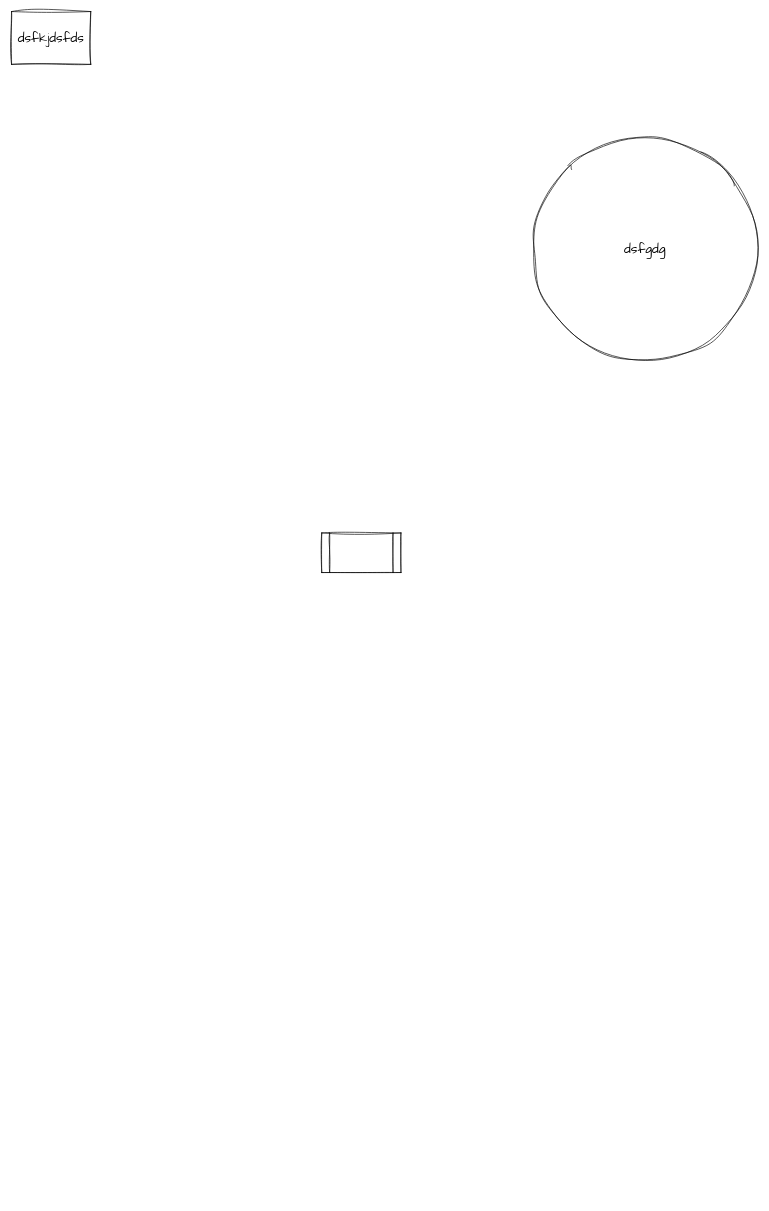
Earlier version of the draw.io diagram uml-diagram.drawio (Ramin-Hashemi/server-config). Source tidied: cells renumbered, new cells numbered last; positions are measured from the earlier drawing's top-left corner, leaving out a move shared by most shapes. Both pictures are drawn from the tidied source at 66%, with x=0, y=0 at pixel (11, 11).
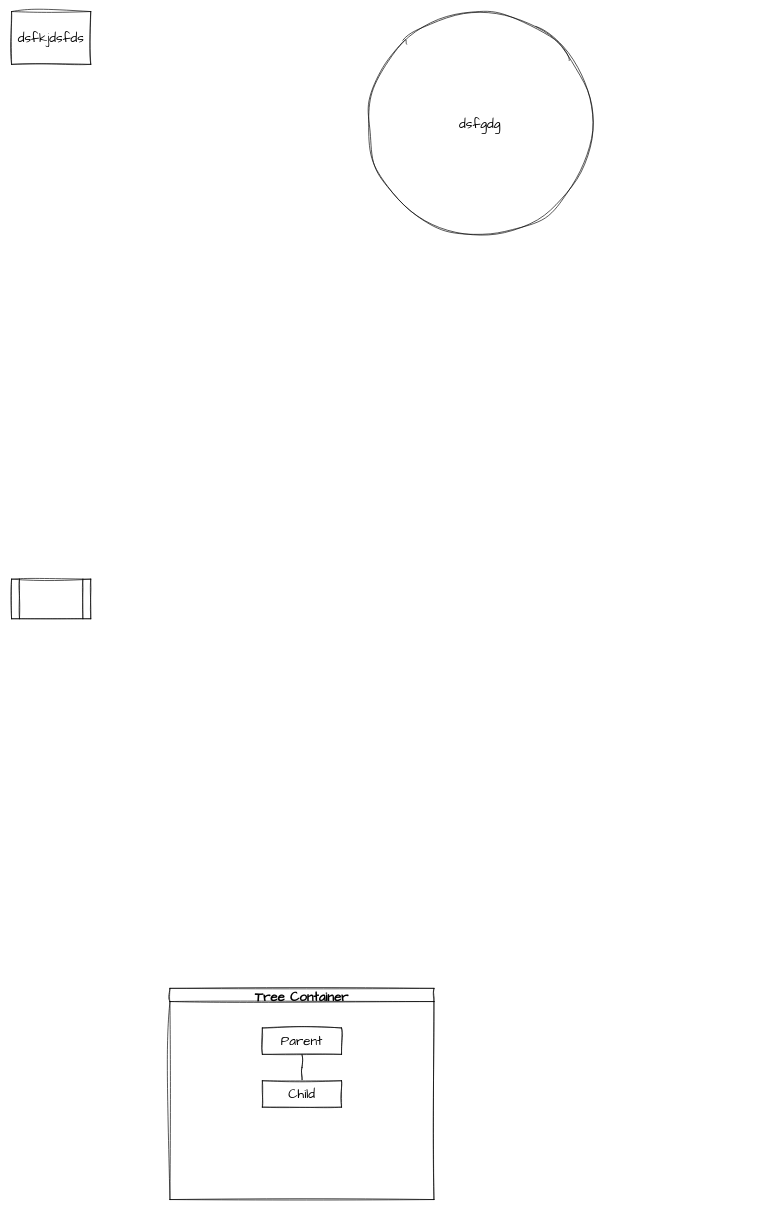
The same page after the edit.

Change to the diagram source:
```diff
@@
 <mxGraphModel>
   <root>
     <mxCell id="0" />
     <mxCell id="1" parent="0" />
     <mxCell id="2" value="dsfkjdsfds" style="rounded=0;whiteSpace=wrap;html=1;hachureGap=4;fontFamily=Architects Daughter;fontSize=20;sketch=1;curveFitting=1;jiggle=2;" parent="1" vertex="1">
       <mxGeometry width="120" height="80" as="geometry" />
     </mxCell>
     <mxCell id="3" value="dsfgdg" style="ellipse;whiteSpace=wrap;html=1;hachureGap=4;fontFamily=Architects Daughter;fontSize=20;sketch=1;curveFitting=1;jiggle=2;" parent="1" vertex="1">
-      <mxGeometry x="790" y="190" width="340" height="340" as="geometry" />
+      <mxGeometry x="540" width="340" height="340" as="geometry" />
     </mxCell>
     <mxCell id="4" style="shape=process;whiteSpace=wrap;html=1;backgroundOutline=1;hachureGap=4;fontFamily=Architects Daughter;fontSize=20;sketch=1;curveFitting=1;jiggle=2;" parent="1" vertex="1">
-      <mxGeometry x="470" y="790" width="120" height="60" as="geometry" />
+      <mxGeometry y="860" width="120" height="60" as="geometry" />
     </mxCell>
+    <mxCell id="5" value="Tree Container" style="swimlane;startSize=20;horizontal=1;containerType=tree;sketch=1;hachureGap=4;jiggle=2;curveFitting=1;fontFamily=Architects Daughter;fontSize=20;" parent="1" vertex="1">
+      <mxGeometry x="240" y="1480" width="400" height="320" as="geometry" />
+    </mxCell>
+    <mxCell id="6" style="edgeStyle=elbowEdgeStyle;elbow=vertical;sourcePerimeterSpacing=0;targetPerimeterSpacing=0;startArrow=none;endArrow=none;rounded=0;curved=0;sketch=1;hachureGap=4;jiggle=2;curveFitting=1;fontFamily=Architects Daughter;fontSize=16;" parent="5" edge="1" source="7" target="8">
+      <mxGeometry relative="1" as="geometry" />
+    </mxCell>
+    <mxCell id="7" value="Parent" style="whiteSpace=wrap;html=1;newEdgeStyle={&quot;edgeStyle&quot;:&quot;elbowEdgeStyle&quot;,&quot;startArrow&quot;:&quot;none&quot;,&quot;endArrow&quot;:&quot;none&quot;};sketch=1;hachureGap=4;jiggle=2;curveFitting=1;fontFamily=Architects Daughter;fontSize=20;" parent="5" vertex="1">
+      <mxGeometry x="140" y="60" width="120" height="40" as="geometry" />
+    </mxCell>
+    <mxCell id="8" value="Child" style="whiteSpace=wrap;html=1;newEdgeStyle={&quot;edgeStyle&quot;:&quot;elbowEdgeStyle&quot;,&quot;startArrow&quot;:&quot;none&quot;,&quot;endArrow&quot;:&quot;none&quot;};sketch=1;hachureGap=4;jiggle=2;curveFitting=1;fontFamily=Architects Daughter;fontSize=20;" parent="5" vertex="1">
+      <mxGeometry x="140" y="140" width="120" height="40" as="geometry" />
+    </mxCell>
   </root>
 </mxGraphModel>
```
